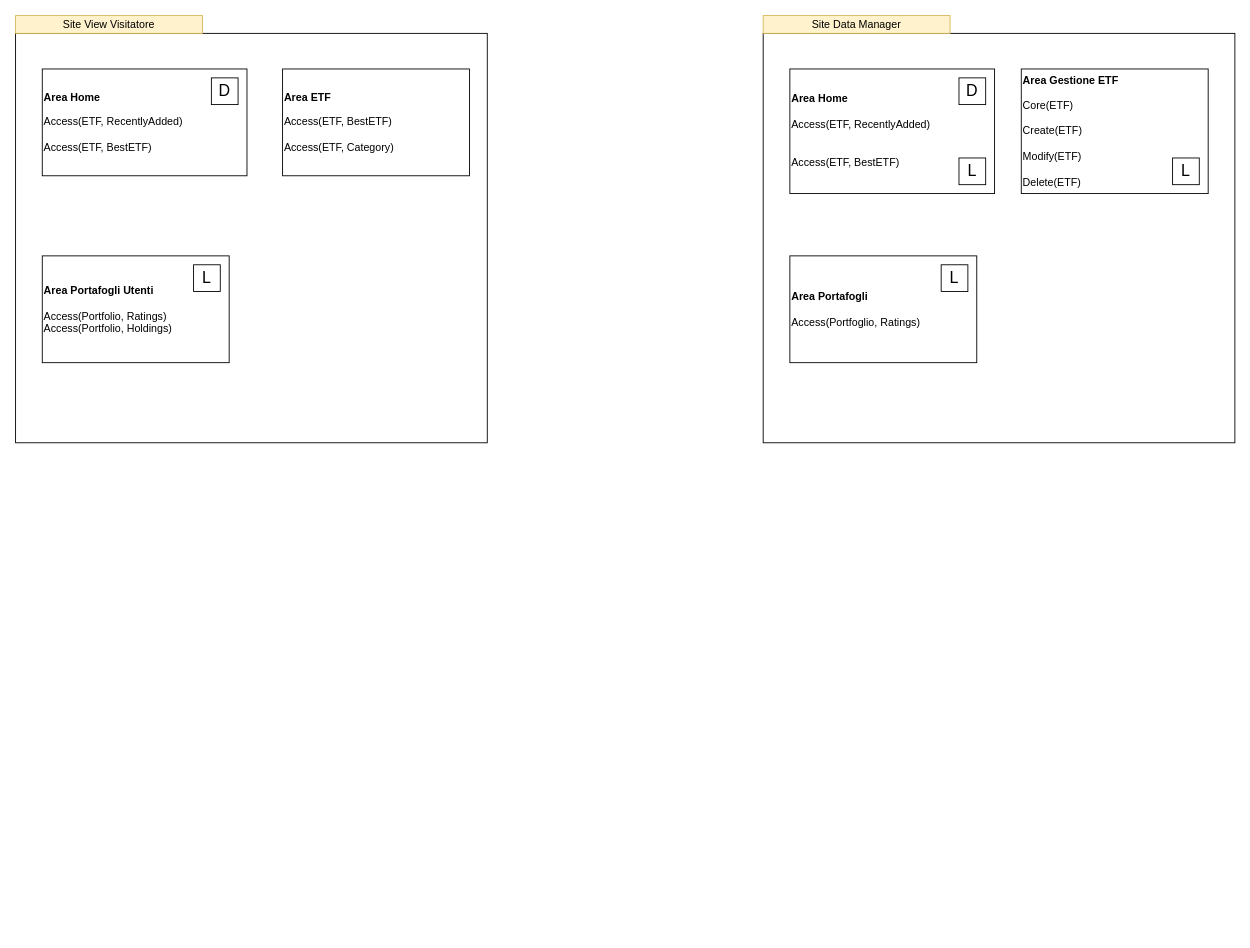
Before: page "Coarse" (3 of 3) of user_use_case.drawio in mattiapitossi/sebd, a draw.io diagram. Source tidied: cells renumbered, new cells numbered last; positions are measured from the earlier drawing's top-left corner, leaving out a move shared by most shapes. Both pictures are drawn from the tidied source at 89%, with x=0, y=0 at pixel (15, 15).
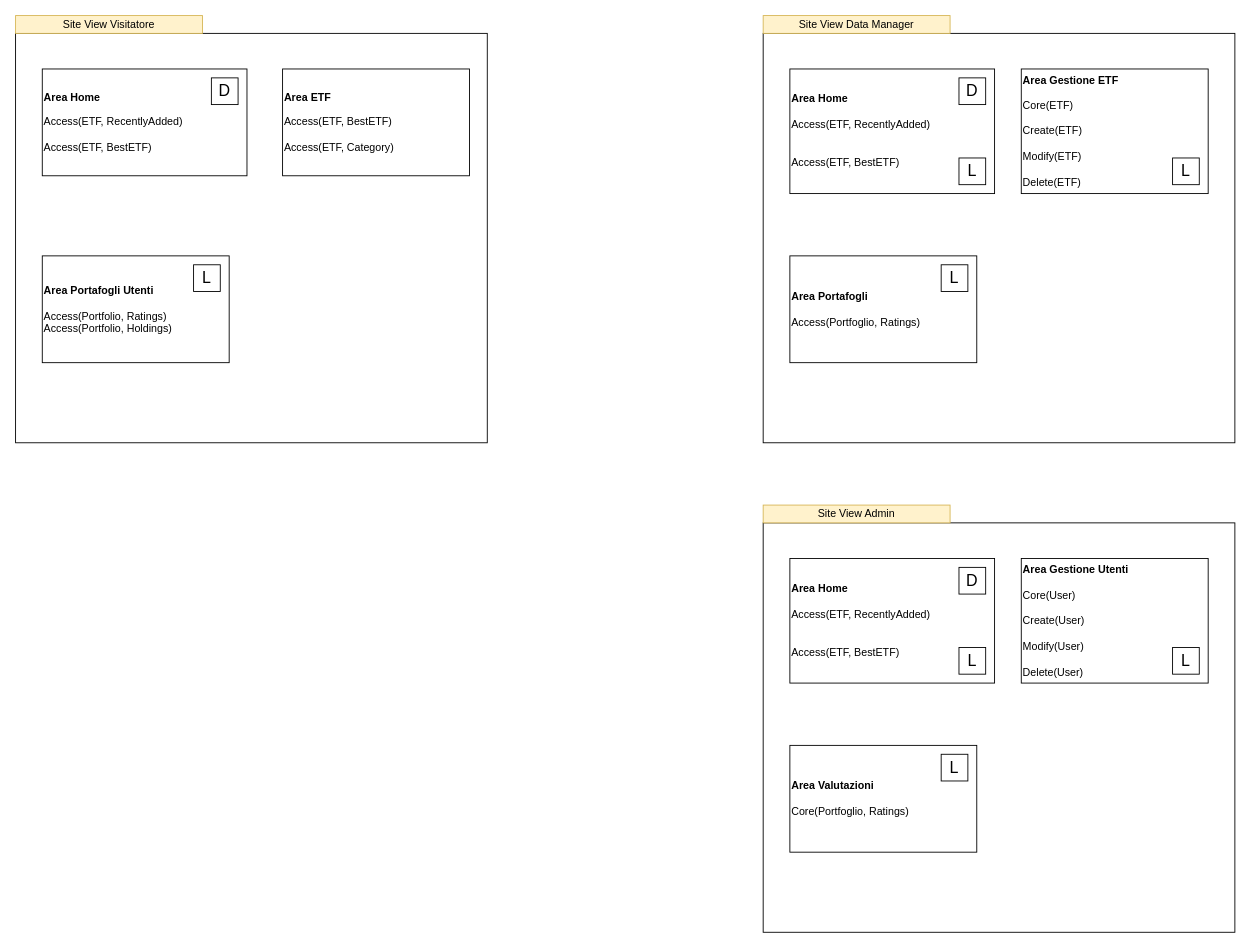
After the change.

The edit, as a diff of the source:
```diff
@@
-    <mxCell id="11" value="Site Data Manager" style="rounded=0;whiteSpace=wrap;html=1;fillColor=#fff2cc;strokeColor=#d6b656;" parent="1" vertex="1">
+    <mxCell id="11" value="Site View Data Manager" style="rounded=0;whiteSpace=wrap;html=1;fillColor=#fff2cc;strokeColor=#d6b656;" parent="1" vertex="1">
       <mxGeometry x="840" width="210" height="20" as="geometry" />
     </mxCell>
@@
+    <mxCell id="18" style="rounded=0;whiteSpace=wrap;html=1;" parent="1" vertex="1">
+      <mxGeometry x="840" y="570" width="530" height="460" as="geometry" />
+    </mxCell>
+    <mxCell id="19" value="&lt;b&gt;Area Home&lt;br&gt;&lt;/b&gt;&lt;br&gt;Access(ETF, RecentlyAdded)&lt;br&gt;&lt;br&gt;&lt;br&gt;Access(ETF, BestETF)" style="rounded=0;whiteSpace=wrap;html=1;align=left;" parent="1" vertex="1">
+      <mxGeometry x="870" y="610" width="230" height="140" as="geometry" />
+    </mxCell>
+    <mxCell id="20" value="Site View Admin" style="rounded=0;whiteSpace=wrap;html=1;fillColor=#fff2cc;strokeColor=#d6b656;" parent="1" vertex="1">
+      <mxGeometry x="840" y="550" width="210" height="20" as="geometry" />
+    </mxCell>
+    <mxCell id="21" value="&lt;b&gt;Area Gestione Utenti&lt;br&gt;&lt;/b&gt;&lt;br&gt;Core(User)&lt;br&gt;&lt;br&gt;Create(User)&lt;br&gt;&lt;br&gt;Modify(User)&lt;br&gt;&lt;br&gt;Delete(User)" style="rounded=0;whiteSpace=wrap;html=1;align=left;" parent="1" vertex="1">
+      <mxGeometry x="1130" y="610" width="210" height="140" as="geometry" />
+    </mxCell>
+    <mxCell id="22" value="&lt;b&gt;Area Valutazioni&lt;br&gt;&lt;/b&gt;&lt;br&gt;Core(Portfoglio, Ratings)" style="rounded=0;whiteSpace=wrap;html=1;align=left;" parent="1" vertex="1">
+      <mxGeometry x="870" y="820" width="210" height="120" as="geometry" />
+    </mxCell>
+    <mxCell id="23" value="&lt;font style=&quot;font-size: 18px;&quot;&gt;D&lt;/font&gt;" style="whiteSpace=wrap;html=1;" parent="1" vertex="1">
+      <mxGeometry x="1060" y="620" width="30" height="30" as="geometry" />
+    </mxCell>
+    <mxCell id="24" value="&lt;font style=&quot;font-size: 18px;&quot;&gt;L&lt;/font&gt;" style="whiteSpace=wrap;html=1;" parent="1" vertex="1">
+      <mxGeometry x="1040" y="830" width="30" height="30" as="geometry" />
+    </mxCell>
+    <mxCell id="25" value="&lt;font style=&quot;font-size: 18px;&quot;&gt;L&lt;/font&gt;" style="whiteSpace=wrap;html=1;" parent="1" vertex="1">
+      <mxGeometry x="1060" y="710" width="30" height="30" as="geometry" />
+    </mxCell>
+    <mxCell id="26" value="&lt;font style=&quot;font-size: 18px;&quot;&gt;L&lt;/font&gt;" style="whiteSpace=wrap;html=1;" parent="1" vertex="1">
+      <mxGeometry x="1300" y="710" width="30" height="30" as="geometry" />
+    </mxCell>
```
